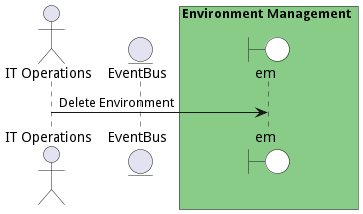
This is docs/edgemere/aml/ds/em/usecases/manageenvironment/DeleteEnvironment.png from madajaju/edgemere, a PlantUML export, as it was before one commit. Its diagram source:
```plantuml
@startuml

actor "IT Operations"


entity EventBus

box Environment Management #88cc88
    boundary em #white
end box



"IT Operations" -> em: Delete Environment



@enduml
```
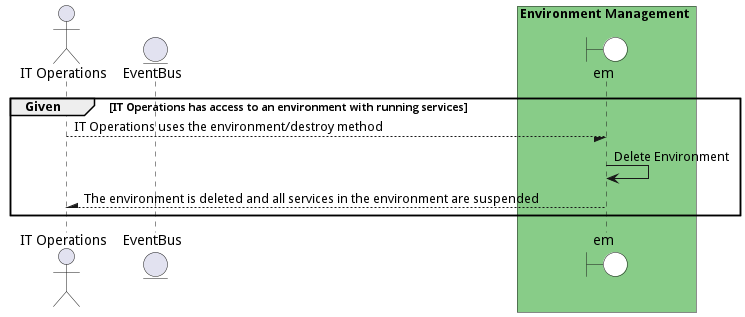
The same diagram one commit later.

The edit, as a diff of the source:
```diff
@@ -1,4 +1,5 @@
 @startuml
+
 
 actor "IT Operations"
 
@@ -10,9 +11,16 @@
 end box
 
 
+group Given [IT Operations has access to an environment with running services]
 
-"IT Operations" -> em: Delete Environment
+"IT Operations" --/ em: IT Operations uses the environment/destroy method
+"em" -> em: Delete Environment
 
 
 
+"IT Operations" /-- em: The environment is deleted and all services in the environment are suspended
+
+
+end
+
 @enduml
```
